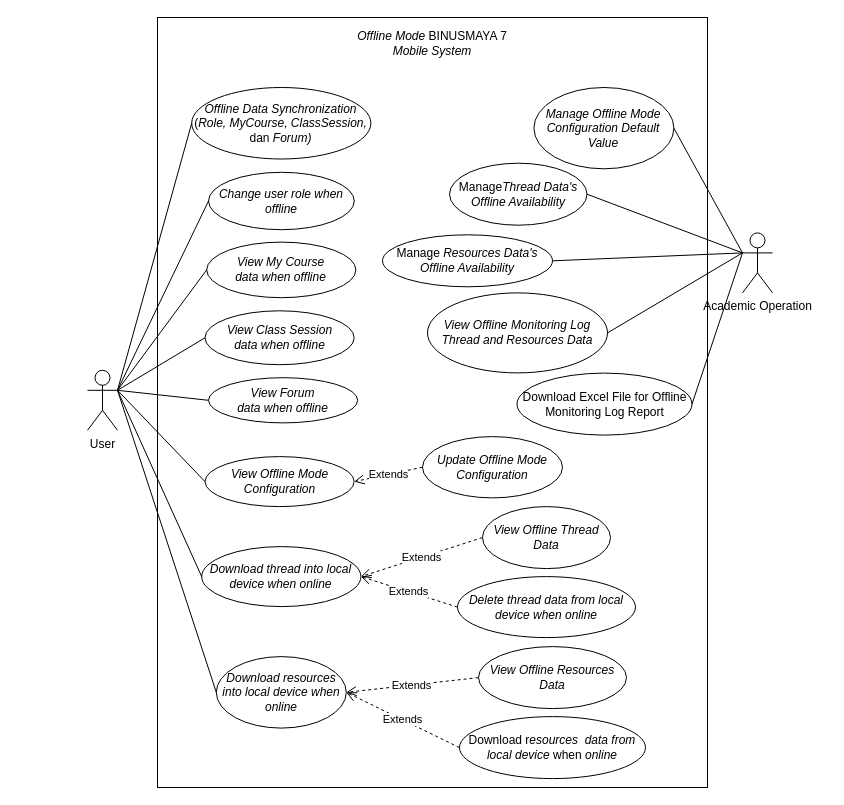
Above: diagrams/UseCase.drawio in angeliawidjaja/offline-mode-paper (draw.io), before the change. Source tidied: cells renumbered, new cells numbered last; positions are measured from the earlier drawing's top-left corner, leaving out a move shared by most shapes. Both pictures are drawn from the tidied source at 100%, with x=0, y=0 at pixel (87, 17).
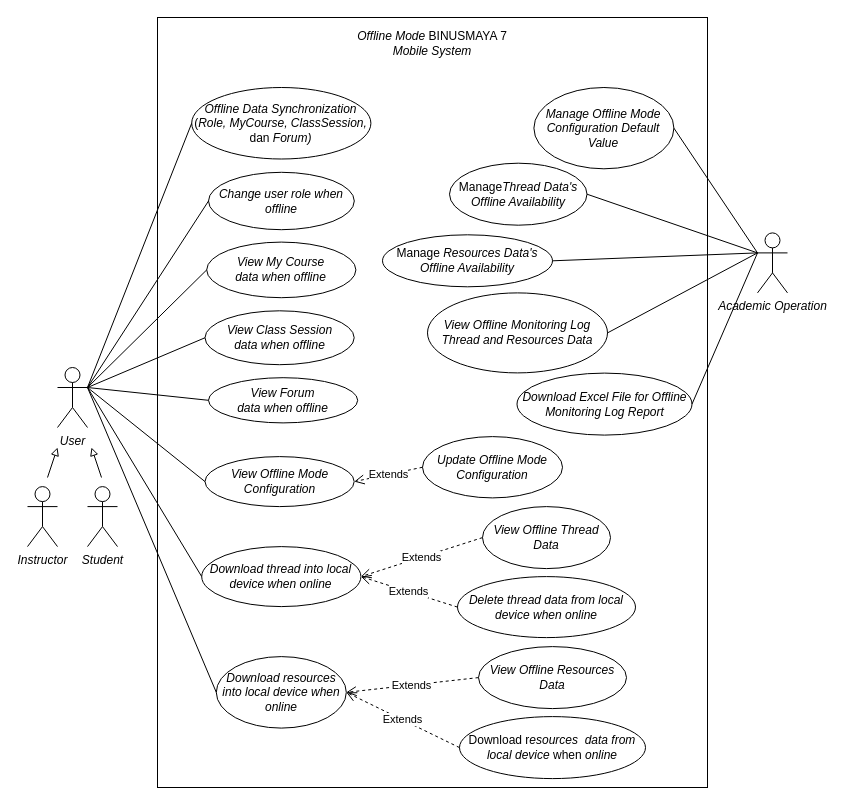
The same diagram, later.

Diff of the diagram source:
```diff
@@
-    <mxCell id="4" value="User" style="shape=umlActor;verticalLabelPosition=bottom;verticalAlign=top;html=1;outlineConnect=0;" parent="1" vertex="1">
-      <mxGeometry y="352.8" width="30" height="60" as="geometry" />
+    <mxCell id="4" value="&lt;i&gt;User&lt;/i&gt;" style="shape=umlActor;verticalLabelPosition=bottom;verticalAlign=top;html=1;outlineConnect=0;" parent="1" vertex="1">
+      <mxGeometry x="-30" y="350" width="30" height="60" as="geometry" />
     </mxCell>
@@
-    <mxCell id="27" value="Download Excel File for Offline Monitoring Log Report" style="ellipse;whiteSpace=wrap;html=1;" parent="1" vertex="1">
+    <mxCell id="27" value="Download Excel File for Offline Monitoring Log Report" style="ellipse;whiteSpace=wrap;html=1;fontStyle=2;" parent="1" vertex="1">
       <mxGeometry x="429.5" y="355.6" width="175" height="62" as="geometry" />
     </mxCell>
-    <mxCell id="28" value="Academic Operation" style="shape=umlActor;verticalLabelPosition=bottom;verticalAlign=top;html=1;outlineConnect=0;" parent="1" vertex="1">
-      <mxGeometry x="655" y="215.4" width="30" height="60" as="geometry" />
+    <mxCell id="28" value="&lt;i&gt;Academic Operation&lt;/i&gt;" style="shape=umlActor;verticalLabelPosition=bottom;verticalAlign=top;html=1;outlineConnect=0;" parent="1" vertex="1">
+      <mxGeometry x="670" y="215.4" width="30" height="60" as="geometry" />
     </mxCell>
@@
+    <mxCell id="42" value="&lt;i&gt;Instructor&lt;/i&gt;" style="shape=umlActor;verticalLabelPosition=bottom;verticalAlign=top;html=1;" parent="1" vertex="1">
+      <mxGeometry x="-60" y="469.1" width="30" height="60" as="geometry" />
+    </mxCell>
+    <mxCell id="43" value="&lt;i&gt;Student&lt;/i&gt;" style="shape=umlActor;verticalLabelPosition=bottom;verticalAlign=top;html=1;" parent="1" vertex="1">
+      <mxGeometry y="469.1" width="30" height="60" as="geometry" />
+    </mxCell>
+    <mxCell id="44" style="endArrow=block;html=1;rounded=0;endFill=0;" parent="1" edge="1">
+      <mxGeometry relative="1" as="geometry">
+        <mxPoint x="-40" y="460" as="sourcePoint" />
+        <mxPoint x="-30" y="430" as="targetPoint" />
+      </mxGeometry>
+    </mxCell>
+    <mxCell id="45" style="endArrow=block;html=1;rounded=0;endFill=0;" parent="1" edge="1">
+      <mxGeometry relative="1" as="geometry">
+        <mxPoint x="14" y="460" as="sourcePoint" />
+        <mxPoint x="4" y="430" as="targetPoint" />
+      </mxGeometry>
+    </mxCell>
```
